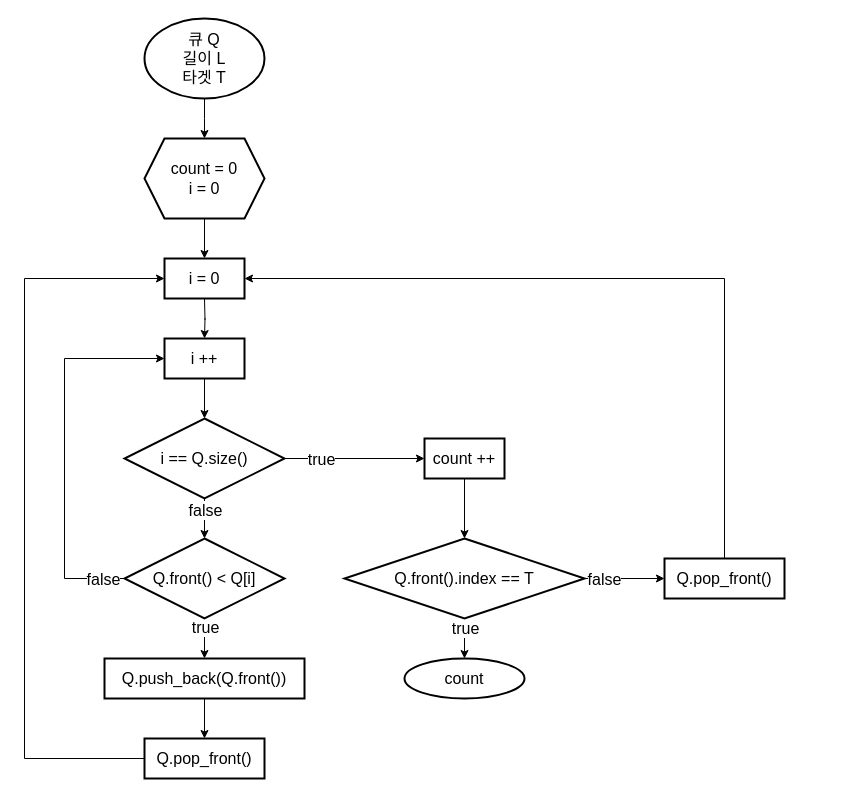
Above: printer queue.drawio in kalgory/210303_Printer-Queue_JHM (draw.io), before the change. Source tidied: cells renumbered, new cells numbered last; positions are measured from the earlier drawing's top-left corner, leaving out a move shared by most shapes. Both pictures are drawn from the tidied source at 100%, with x=0, y=0 at pixel (24, 18).
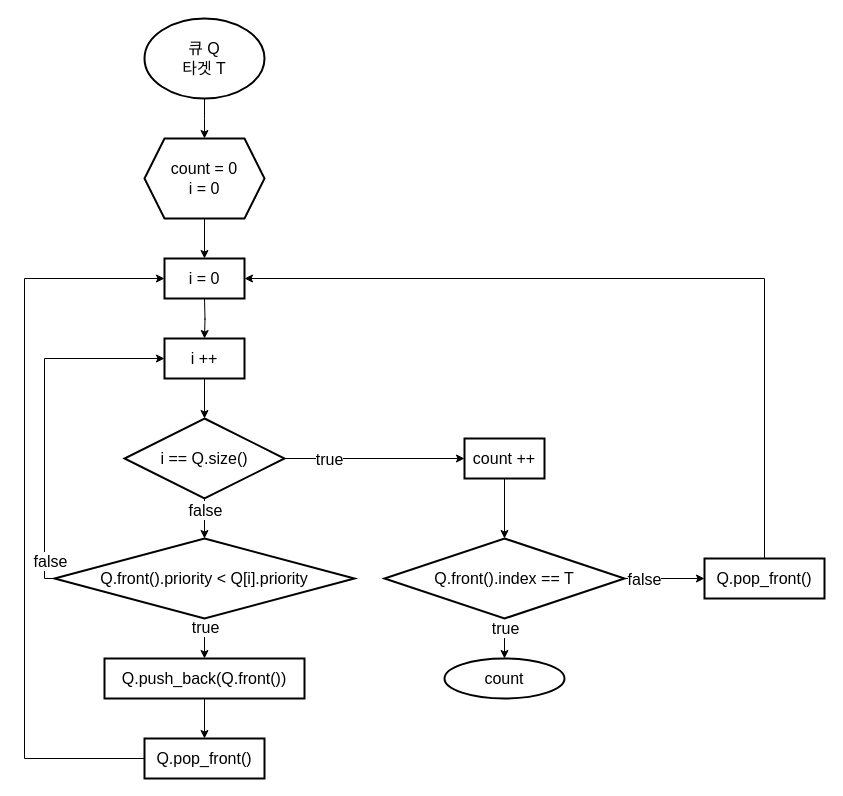
The same diagram, later.

Commit message:
feat: modify design of flowchart

Unchanged cells that the change refers to:
```xml
<mxCell id="6" value="i ++" style="whiteSpace=wrap;html=1;fontSize=16;strokeWidth=2;" parent="1" vertex="1">
  <mxGeometry x="140" y="320" width="80" height="40" as="geometry" />
</mxCell>
<mxCell id="29" value="i = 0" style="whiteSpace=wrap;html=1;fontSize=16;strokeWidth=2;" parent="1" vertex="1">
  <mxGeometry x="140" y="240" width="80" height="40" as="geometry" />
</mxCell>
```

Change to the diagram source:
```diff
@@
-    <mxCell id="3" value="&lt;span style=&quot;font-size: 16px&quot;&gt;큐 Q&lt;br style=&quot;font-size: 16px;&quot;&gt;길이 L&lt;br style=&quot;font-size: 16px;&quot;&gt;타겟 T&lt;br style=&quot;font-size: 16px;&quot;&gt;&lt;/span&gt;" style="strokeWidth=2;html=1;shape=mxgraph.flowchart.start_1;whiteSpace=wrap;fontSize=16;" parent="1" vertex="1">
+    <mxCell id="3" value="&lt;span style=&quot;font-size: 16px&quot;&gt;큐 Q&lt;br style=&quot;font-size: 16px&quot;&gt;타겟 T&lt;br style=&quot;font-size: 16px&quot;&gt;&lt;/span&gt;" style="strokeWidth=2;html=1;shape=mxgraph.flowchart.start_1;whiteSpace=wrap;fontSize=16;" parent="1" vertex="1">
       <mxGeometry x="120" width="120" height="80" as="geometry" />
     </mxCell>
@@
     <mxCell id="7" style="edgeStyle=orthogonalEdgeStyle;rounded=0;jettySize=auto;html=1;entryX=0;entryY=0.5;entryDx=0;entryDy=0;fontSize=16;" parent="1" edge="1" source="11" target="6">
       <mxGeometry relative="1" as="geometry">
         <Array as="points">
-          <mxPoint x="40" y="560" />
-          <mxPoint x="40" y="340" />
+          <mxPoint x="20" y="560" />
+          <mxPoint x="20" y="340" />
         </Array>
       </mxGeometry>
     </mxCell>
@@
-    <mxCell id="11" value="Q.front() &amp;lt; Q[i]" style="rhombus;whiteSpace=wrap;html=1;fontSize=16;strokeWidth=2;" parent="1" vertex="1">
-      <mxGeometry x="100" y="520" width="160" height="80" as="geometry" />
+    <mxCell id="11" value="Q.front().priority &amp;lt; Q[i].priority" style="rhombus;whiteSpace=wrap;html=1;fontSize=16;strokeWidth=2;" parent="1" vertex="1">
+      <mxGeometry x="30" y="520" width="300" height="80" as="geometry" />
     </mxCell>
@@
     <mxCell id="23" value="&lt;span&gt;Q.front().index == T&lt;/span&gt;" style="rhombus;whiteSpace=wrap;html=1;fontSize=16;strokeWidth=2;" parent="1" vertex="1">
-      <mxGeometry x="320" y="520" width="240" height="80" as="geometry" />
+      <mxGeometry x="360" y="520" width="240" height="80" as="geometry" />
     </mxCell>
     <mxCell id="24" value="count" style="ellipse;whiteSpace=wrap;html=1;fontSize=16;strokeWidth=2;" parent="1" vertex="1">
-      <mxGeometry x="380" y="640" width="120" height="40" as="geometry" />
+      <mxGeometry x="420" y="640" width="120" height="40" as="geometry" />
     </mxCell>
@@
     <mxCell id="31" value="count ++" style="whiteSpace=wrap;html=1;fontSize=16;strokeWidth=2;" parent="1" vertex="1">
-      <mxGeometry x="400" y="420" width="80" height="40" as="geometry" />
+      <mxGeometry x="440" y="420" width="80" height="40" as="geometry" />
     </mxCell>
     <mxCell id="32" style="edgeStyle=orthogonalEdgeStyle;rounded=0;jettySize=auto;html=1;entryX=1;entryY=0.5;entryDx=0;entryDy=0;fontSize=16;" parent="1" edge="1" source="33" target="29">
       <mxGeometry relative="1" as="geometry">
         <Array as="points">
-          <mxPoint x="700" y="260" />
+          <mxPoint x="740" y="260" />
         </Array>
       </mxGeometry>
     </mxCell>
     <mxCell id="33" value="Q.pop_front()" style="whiteSpace=wrap;html=1;fontSize=16;strokeWidth=2;" parent="1" vertex="1">
-      <mxGeometry x="640" y="540" width="120" height="40" as="geometry" />
+      <mxGeometry x="680" y="540" width="120" height="40" as="geometry" />
     </mxCell>
```
